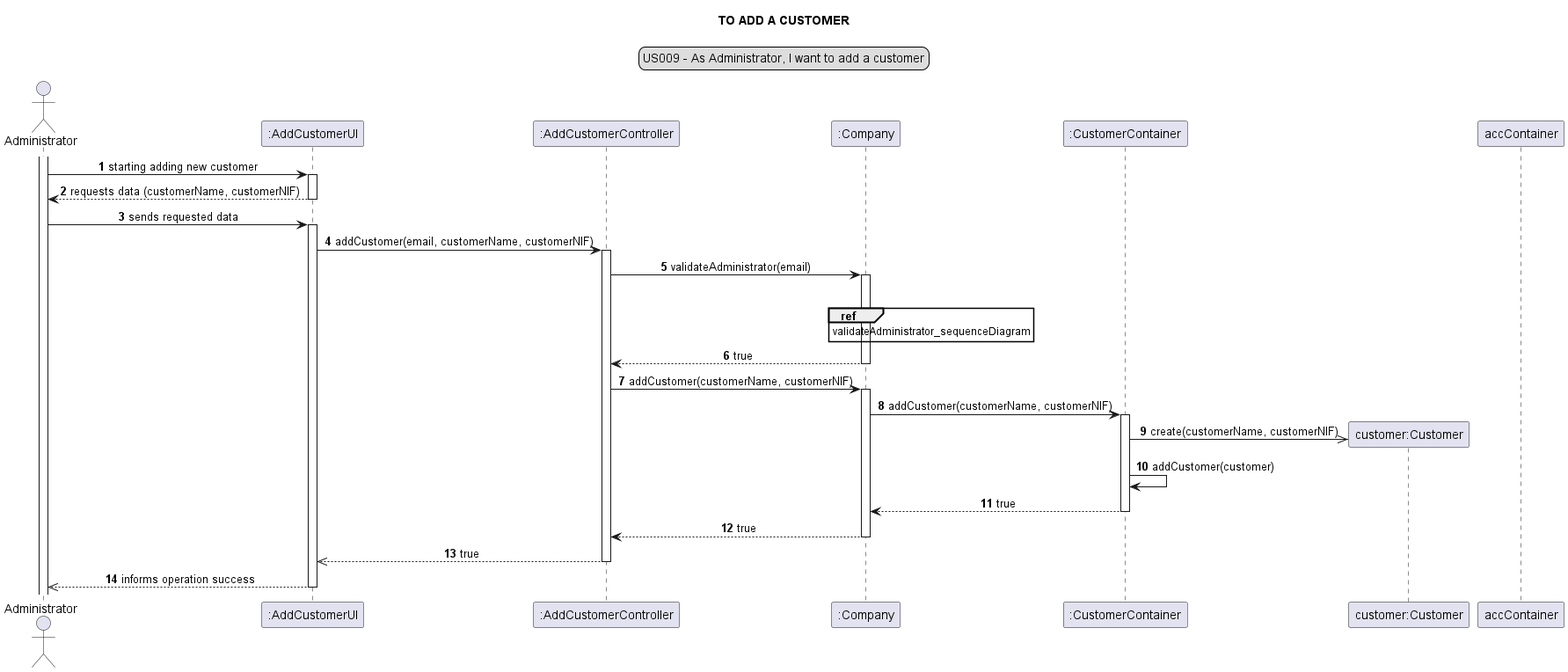
Above: docs/modelling_design/user_stories/sprint02/us009/US009_sequenceDiagram-TO_ADD_A_CUSTOMER.png in Loracline/project_switch_22-23 (PlantUML), before the change. Source of this version:
```plantuml
@startuml
skinparam sequenceMessageAlign center
title TO ADD A CUSTOMER
legend top
US009 - As Administrator, I want to add a customer
end legend
autonumber
actor Administrator
participant ":AddCustomerUI" as ui
participant ":AddCustomerController" as controller
participant ":Company" as company
participant ":CustomerContainer" as container
participant "customer:Customer" as customer
activate Administrator
Administrator -> ui: starting adding new customer
activate ui
ui --> Administrator: requests data (customerName, customerNIF)
deactivate ui
Administrator -> ui: sends requested data
activate ui
ui -> controller: addCustomer(email, customerName, customerNIF)
activate controller
controller -> company: validateAdministrator(email)
activate company
ref over company: validateAdministrator_sequenceDiagram
deactivate accContainer
company --> controller: true
deactivate company
controller -> company: addCustomer(customerName, customerNIF)
activate company
company -> container: addCustomer(customerName, customerNIF)
create customer
activate container
container ->> customer: create(customerName, customerNIF)
container -> container: addCustomer(customer)
container --> company: true
deactivate container
company --> controller: true
deactivate company
controller -->> ui: true
deactivate controller
ui -->>Administrator: informs operation success
deactivate ui
@enduml
```
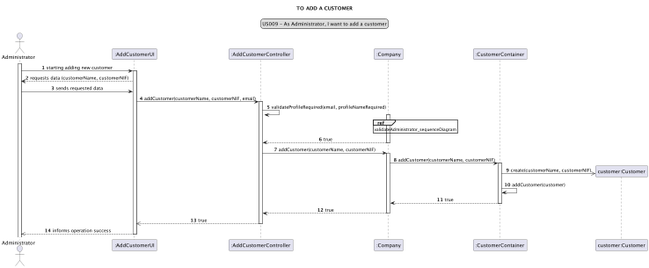
The same file after the commit.

What changed in the source:
```diff
@@ -7,38 +7,40 @@
 autonumber
 actor Administrator
 participant ":AddCustomerUI" as ui
-participant ":AddCustomerController" as controller
-participant ":Company" as company
-participant ":CustomerContainer" as container
+participant ":AddCustomerController" as ct
+participant ":Company" as c
+participant ":CustomerContainer" as cn
 participant "customer:Customer" as customer
 activate Administrator
 Administrator -> ui: starting adding new customer
 activate ui
 ui --> Administrator: requests data (customerName, customerNIF)
-deactivate ui
+
 Administrator -> ui: sends requested data
-activate ui
-ui -> controller: addCustomer(email, customerName, customerNIF)
-activate controller
-controller -> company: validateAdministrator(email)
-activate company
-ref over company: validateAdministrator_sequenceDiagram
-deactivate accContainer
-company --> controller: true
-deactivate company
-controller -> company: addCustomer(customerName, customerNIF)
-activate company
-company -> container: addCustomer(customerName, customerNIF)
+
+ui -> ct: addCustomer(customerName, customerNIF, email)
+activate ct
+ct -> ct: validateProfileRequired(email, profileNameRequired)
+activate c
+ref over c: validateAdministrator_sequenceDiagram
+
+c --> ct: true
+deactivate c
+ct -> c: addCustomer(customerName, customerNIF)
+activate c
+
+c -> cn: addCustomer(customerName, customerNIF)
 create customer
-activate container
-container ->> customer: create(customerName, customerNIF)
-container -> container: addCustomer(customer)
-container --> company: true
-deactivate container
-company --> controller: true
-deactivate company
-controller -->> ui: true
-deactivate controller
+activate cn
+
+cn ->> customer: create(customerName, customerNIF)
+cn -> cn: addCustomer(customer)
+cn --> c: true
+deactivate cn
+c --> ct: true
+deactivate c
+ct -->> ui: true
+deactivate ct
 ui -->>Administrator: informs operation success
 deactivate ui
 @enduml
```
